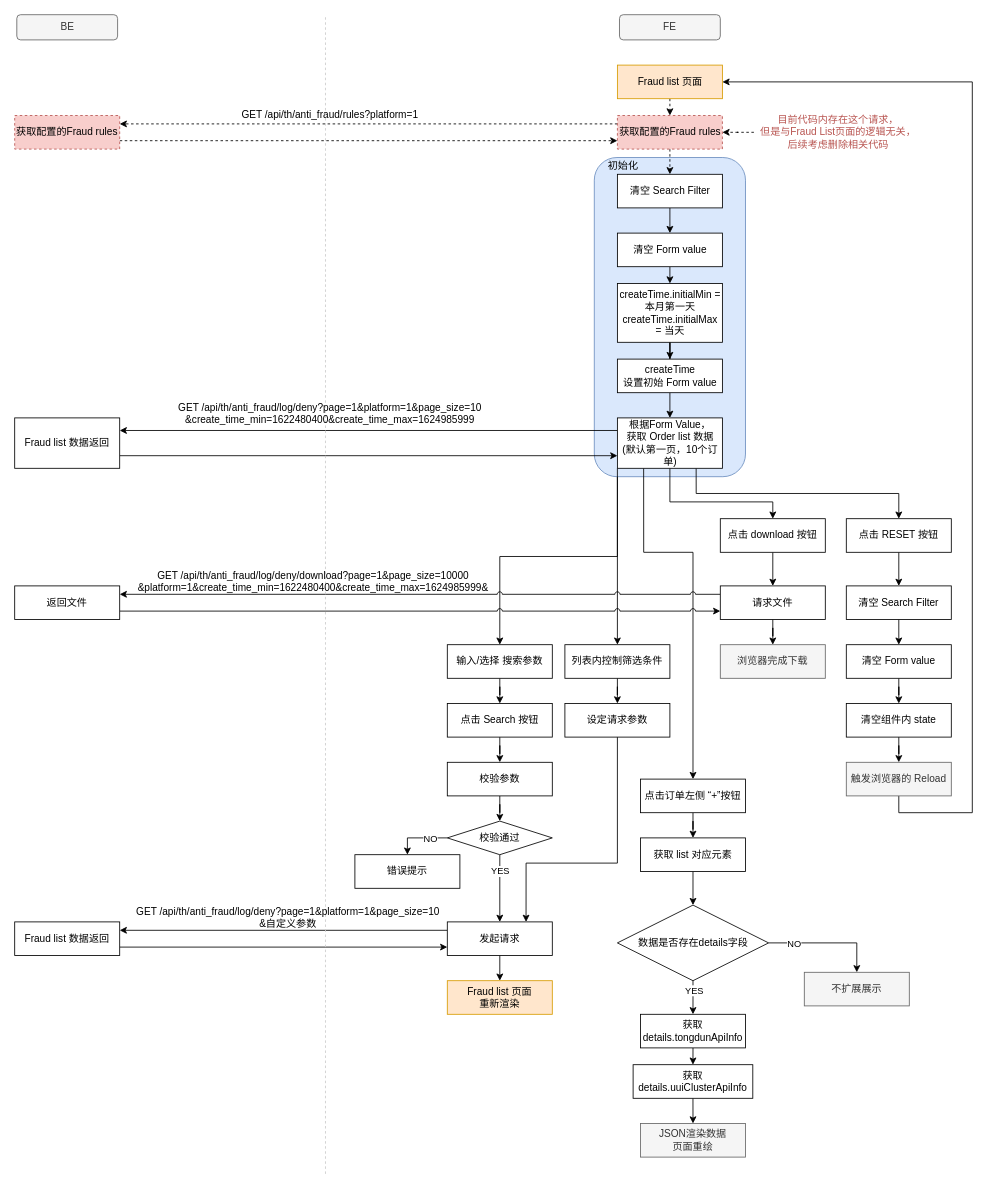
This is page "fraudList" (8 of 11) of Admin/admin.drawio from junhong2021/Hotel-, a draw.io file, before an edit. Source tidied: cells renumbered, new cells numbered last; positions are measured from the earlier drawing's top-left corner, leaving out a move shared by most shapes. Both pictures are drawn from the tidied source at 84%, with x=0, y=0 at pixel (14, 14).
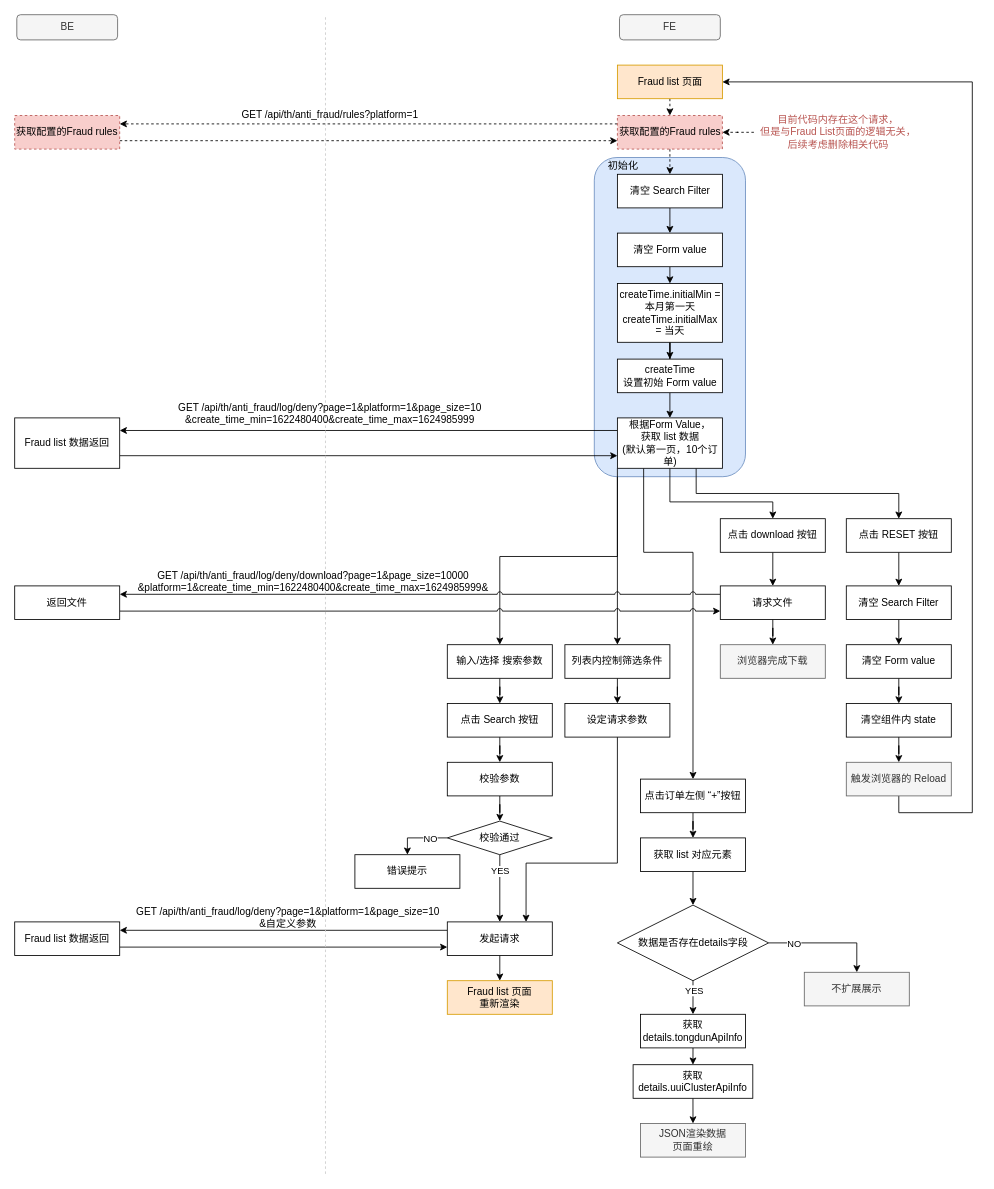
Above is the later version.

The edit, as a diff of the source:
```diff
@@
-    <mxCell id="29" value="根据Form Value，&lt;br&gt;获取 Order list 数据&lt;br&gt;(默认第一页，10个订单)" style="rounded=0;whiteSpace=wrap;html=1;" parent="1" vertex="1">
+    <mxCell id="29" value="根据Form Value，&lt;br&gt;获取 list 数据&lt;br&gt;(默认第一页，10个订单)" style="rounded=0;whiteSpace=wrap;html=1;" parent="1" vertex="1">
       <mxGeometry x="717.5" y="480" width="125" height="60" as="geometry" />
     </mxCell>
```
